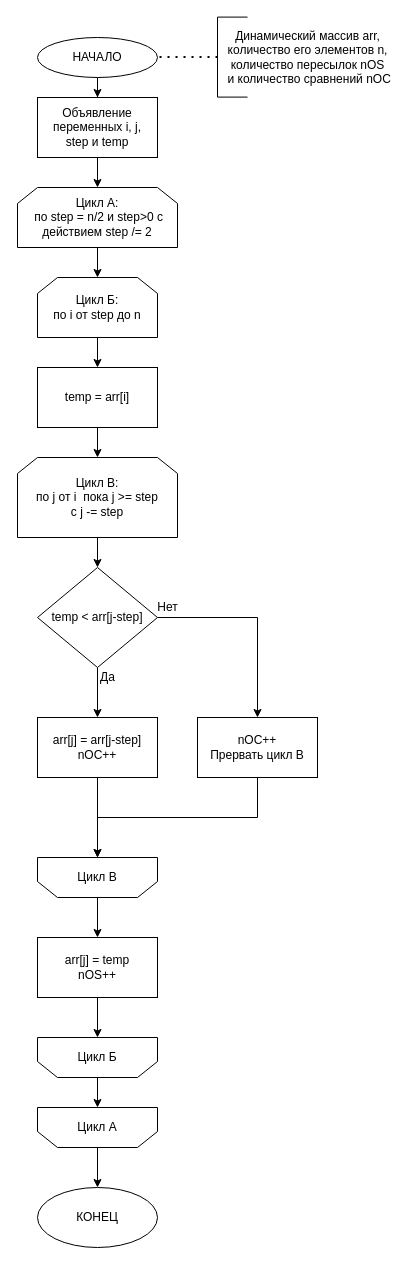
Before: lr_ladidie_3.3/lr_ladidie_3.3/text/ShellSort.drawio in eldarbr/silver-funicular, a draw.io diagram. Source tidied: cells renumbered, new cells numbered last; positions are measured from the earlier drawing's top-left corner, leaving out a move shared by most shapes. Both pictures are drawn from the tidied source at 100%, with x=0, y=0 at pixel (17, 17).
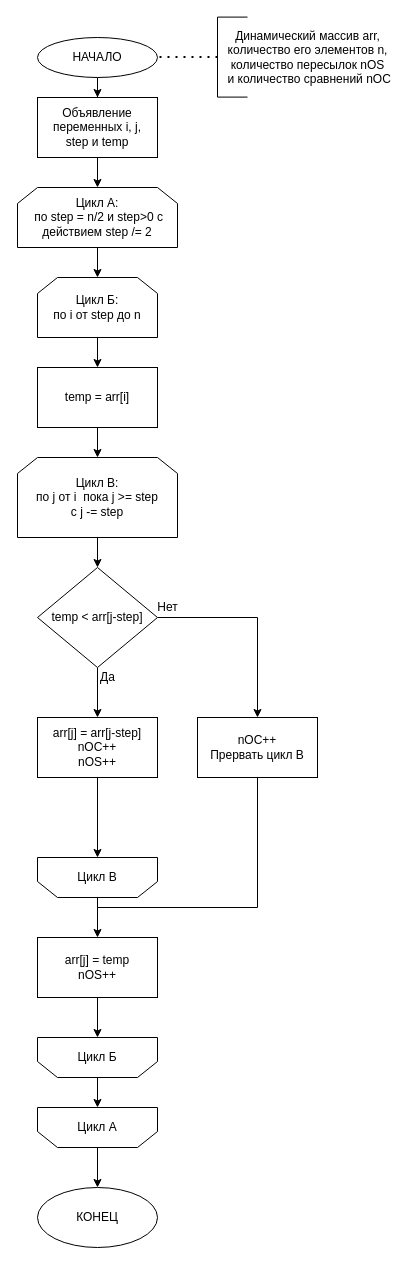
After the change.

Unchanged cells that the change refers to:
```xml
<mxCell id="26" value="nOC++&lt;br&gt;Прервать цикл В" style="whiteSpace=wrap;html=1;" parent="1" vertex="1">
  <mxGeometry x="180" y="700" width="120" height="60" as="geometry" />
</mxCell>
<mxCell id="29" value="Цикл В" style="shape=loopLimit;whiteSpace=wrap;html=1;direction=west;" parent="1" vertex="1">
  <mxGeometry x="20" y="840" width="120" height="40" as="geometry" />
</mxCell>
```

Diff of the diagram source:
```diff
@@
-    <mxCell id="23" value="arr[j] = arr[j-step]&lt;br&gt;nOC++" style="whiteSpace=wrap;html=1;" parent="1" vertex="1">
+    <mxCell id="23" value="arr[j] = arr[j-step]&lt;br&gt;nOC++&lt;br&gt;nOS++" style="whiteSpace=wrap;html=1;" parent="1" vertex="1">
       <mxGeometry x="20" y="700" width="120" height="60" as="geometry" />
     </mxCell>
@@
     <mxCell id="25" style="edgeStyle=orthogonalEdgeStyle;rounded=0;jettySize=auto;html=1;entryX=0.5;entryY=1;entryDx=0;entryDy=0;" parent="1" edge="1" source="26" target="29">
       <mxGeometry relative="1" as="geometry">
         <Array as="points">
-          <mxPoint x="240" y="800" />
-          <mxPoint x="80" y="800" />
+          <mxPoint x="240" y="890" />
+          <mxPoint x="80" y="890" />
         </Array>
       </mxGeometry>
     </mxCell>
```
